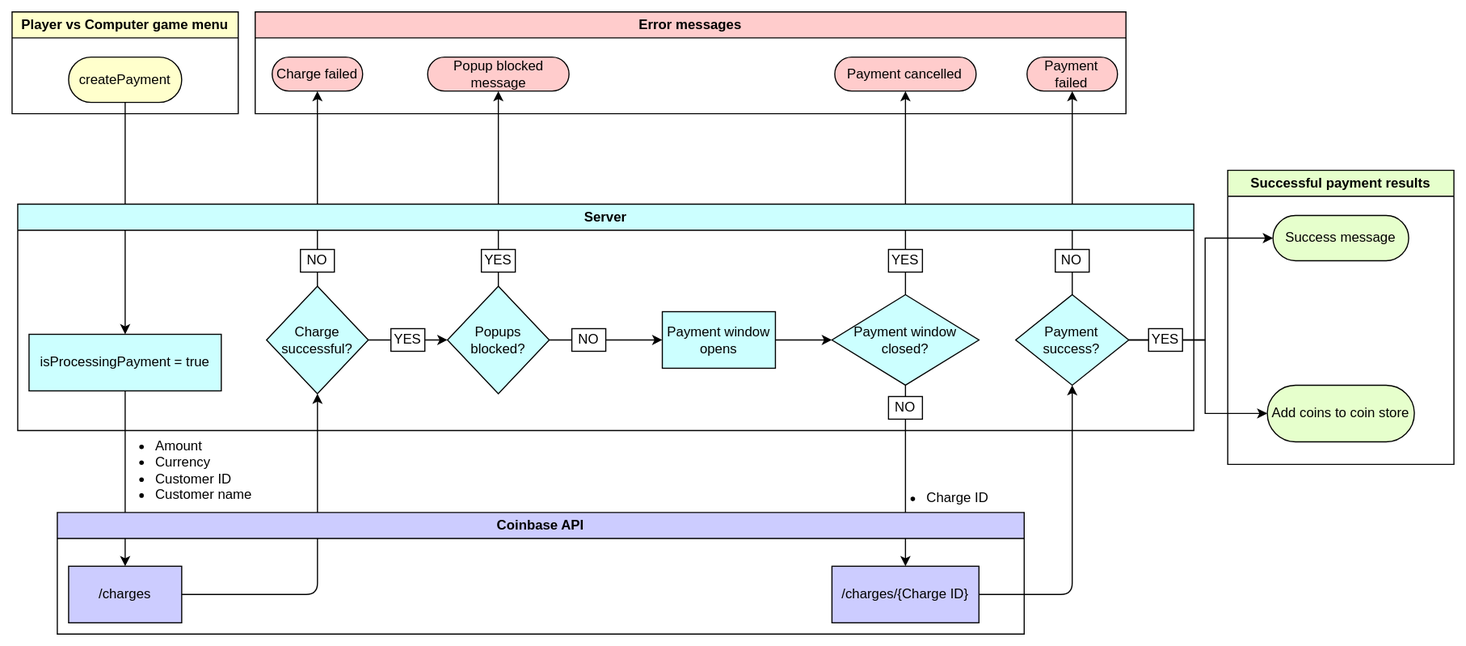
The draw.io diagram docs/images/payment-flow.drawio.svg in Rakshitg600/Notakto-website, before a commit. Source tidied: cells renumbered, new cells last; positions are measured from the earlier drawing's top-left corner, leaving out a move shared by most shapes. Its diagram source:
```xml
<mxGraphModel>
  <root>
    <mxCell id="0" />
    <mxCell id="1" parent="0" />
    <mxCell id="2" style="edgeStyle=orthogonalEdgeStyle;rounded=0;jettySize=auto;html=1;" parent="1" edge="1" source="34" target="27">
      <mxGeometry relative="1" as="geometry">
        <Array as="points">
          <mxPoint x="1055" y="290" />
          <mxPoint x="1055" y="200" />
        </Array>
      </mxGeometry>
    </mxCell>
    <mxCell id="3" style="edgeStyle=orthogonalEdgeStyle;rounded=0;jettySize=auto;html=1;" parent="1" edge="1" source="34" target="28">
      <mxGeometry relative="1" as="geometry">
        <Array as="points">
          <mxPoint x="1055" y="290" />
          <mxPoint x="1055" y="355" />
        </Array>
      </mxGeometry>
    </mxCell>
    <mxCell id="4" value="isProcessingPayment = true" style="html=1;dashed=0;whiteSpace=wrap;fillColor=#CCFFFF;" parent="1" vertex="1">
      <mxGeometry x="15" y="285" width="170" height="50" as="geometry" />
    </mxCell>
    <mxCell id="5" style="edgeStyle=orthogonalEdgeStyle;rounded=1;jettySize=auto;html=1;curved=0;" parent="1" edge="1" source="25" target="4">
      <mxGeometry relative="1" as="geometry" />
    </mxCell>
    <mxCell id="6" style="edgeStyle=orthogonalEdgeStyle;rounded=1;jettySize=auto;html=1;curved=0;" parent="1" edge="1" source="4" target="22">
      <mxGeometry relative="1" as="geometry" />
    </mxCell>
    <mxCell id="7" style="edgeStyle=orthogonalEdgeStyle;rounded=1;jettySize=auto;html=1;curved=0;" parent="1" edge="1" source="22" target="31">
      <mxGeometry relative="1" as="geometry" />
    </mxCell>
    <mxCell id="8" style="edgeStyle=orthogonalEdgeStyle;rounded=1;jettySize=auto;html=1;curved=0;" parent="1" edge="1" source="31" target="17">
      <mxGeometry relative="1" as="geometry" />
    </mxCell>
    <mxCell id="9" style="edgeStyle=orthogonalEdgeStyle;rounded=1;jettySize=auto;html=1;curved=0;" parent="1" edge="1" source="33" target="18">
      <mxGeometry relative="1" as="geometry" />
    </mxCell>
    <mxCell id="10" style="edgeStyle=orthogonalEdgeStyle;rounded=1;jettySize=auto;html=1;curved=0;" parent="1" edge="1" source="35" target="19">
      <mxGeometry relative="1" as="geometry" />
    </mxCell>
    <mxCell id="11" style="edgeStyle=orthogonalEdgeStyle;rounded=1;jettySize=auto;html=1;curved=0;" parent="1" edge="1" source="35" target="23">
      <mxGeometry relative="1" as="geometry" />
    </mxCell>
    <mxCell id="12" style="edgeStyle=orthogonalEdgeStyle;rounded=1;jettySize=auto;html=1;curved=0;" parent="1" edge="1" source="23" target="34">
      <mxGeometry relative="1" as="geometry" />
    </mxCell>
    <mxCell id="13" style="edgeStyle=orthogonalEdgeStyle;rounded=1;jettySize=auto;html=1;curved=0;" parent="1" edge="1" source="34" target="20">
      <mxGeometry relative="1" as="geometry" />
    </mxCell>
    <mxCell id="14" value="&lt;ul&gt;&lt;li&gt;Amount&lt;/li&gt;&lt;li&gt;Currency&lt;/li&gt;&lt;li&gt;Customer ID&lt;/li&gt;&lt;li&gt;&lt;div&gt;Customer name&lt;/div&gt;&lt;/li&gt;&lt;/ul&gt;" style="text;html=1;align=left;verticalAlign=middle;rounded=0;labelPosition=center;verticalLabelPosition=middle;spacing=2;" parent="1" vertex="1">
      <mxGeometry x="85" y="367.5" width="140" height="75" as="geometry" />
    </mxCell>
    <mxCell id="15" value="&lt;ul&gt;&lt;li&gt;Charge ID&lt;/li&gt;&lt;/ul&gt;" style="text;html=1;align=left;verticalAlign=middle;rounded=0;labelPosition=center;verticalLabelPosition=middle;spacing=2;" parent="1" vertex="1">
      <mxGeometry x="767.5" y="417.5" width="110" height="25" as="geometry" />
    </mxCell>
    <mxCell id="16" value="Error messages" style="swimlane;whiteSpace=wrap;html=1;fillColor=#FFCCCC;" parent="1" vertex="1">
      <mxGeometry x="215" width="770" height="90" as="geometry" />
    </mxCell>
    <mxCell id="17" value="Charge failed" style="html=1;dashed=0;whiteSpace=wrap;shape=mxgraph.dfd.start;fillColor=#FFCCCC;" parent="16" vertex="1">
      <mxGeometry x="15" y="40" width="80" height="30" as="geometry" />
    </mxCell>
    <mxCell id="18" value="Popup blocked message" style="html=1;dashed=0;whiteSpace=wrap;shape=mxgraph.dfd.start;fillColor=#FFCCCC;" parent="16" vertex="1">
      <mxGeometry x="152.5" y="40" width="125" height="30" as="geometry" />
    </mxCell>
    <mxCell id="19" value="Payment cancelled" style="html=1;dashed=0;whiteSpace=wrap;shape=mxgraph.dfd.start;fillColor=#FFCCCC;" parent="16" vertex="1">
      <mxGeometry x="512.5" y="40" width="125" height="30" as="geometry" />
    </mxCell>
    <mxCell id="20" value="Payment failed" style="html=1;dashed=0;whiteSpace=wrap;shape=mxgraph.dfd.start;fillColor=#FFCCCC;" parent="16" vertex="1">
      <mxGeometry x="682.5" y="40" width="80" height="30" as="geometry" />
    </mxCell>
    <mxCell id="21" value="Coinbase API" style="swimlane;whiteSpace=wrap;html=1;fillColor=#CCCCFF;" parent="1" vertex="1">
      <mxGeometry x="40" y="442.5" width="855" height="107.5" as="geometry" />
    </mxCell>
    <mxCell id="22" value="/charges" style="html=1;dashed=0;whiteSpace=wrap;fillColor=#CCCCFF;" parent="21" vertex="1">
      <mxGeometry x="10" y="47.5" width="100" height="50" as="geometry" />
    </mxCell>
    <mxCell id="23" value="/charges/{Charge ID}" style="html=1;dashed=0;whiteSpace=wrap;fillColor=#CCCCFF;" parent="21" vertex="1">
      <mxGeometry x="685" y="47.5" width="130" height="50" as="geometry" />
    </mxCell>
    <mxCell id="24" value="Player vs Computer game menu" style="swimlane;whiteSpace=wrap;html=1;fillColor=#FFFFCC;" parent="1" vertex="1">
      <mxGeometry width="200" height="90" as="geometry" />
    </mxCell>
    <mxCell id="25" value="createPayment" style="whiteSpace=wrap;html=1;dashed=0;shape=mxgraph.dfd.start;fillColor=#FFFFCC;" parent="24" vertex="1">
      <mxGeometry x="50" y="40" width="100" height="40" as="geometry" />
    </mxCell>
    <mxCell id="26" value="Successful payment results" style="swimlane;whiteSpace=wrap;html=1;fillColor=#E6FFCC;" parent="1" vertex="1">
      <mxGeometry x="1075" y="140" width="200" height="260" as="geometry" />
    </mxCell>
    <mxCell id="27" value="Success message" style="whiteSpace=wrap;html=1;dashed=0;shape=mxgraph.dfd.start;fillColor=#E6FFCC;" parent="26" vertex="1">
      <mxGeometry x="40" y="40" width="120" height="40" as="geometry" />
    </mxCell>
    <mxCell id="28" value="Add coins to coin store" style="html=1;dashed=0;whiteSpace=wrap;fillColor=#E6FFCC;shape=mxgraph.dfd.start;" parent="26" vertex="1">
      <mxGeometry x="35" y="190" width="130" height="50" as="geometry" />
    </mxCell>
    <mxCell id="29" value="Server" style="swimlane;whiteSpace=wrap;html=1;fillColor=#CCFFFF;" parent="1" vertex="1">
      <mxGeometry x="5" y="170" width="1040" height="200" as="geometry" />
    </mxCell>
    <mxCell id="30" style="edgeStyle=orthogonalEdgeStyle;rounded=1;jettySize=auto;html=1;curved=0;" parent="29" edge="1" source="31" target="33">
      <mxGeometry relative="1" as="geometry" />
    </mxCell>
    <mxCell id="31" value="Charge successful?" style="shape=rhombus;html=1;dashed=0;whiteSpace=wrap;perimeter=rhombusPerimeter;fillColor=#CCFFFF;" parent="29" vertex="1">
      <mxGeometry x="220" y="72.5" width="90" height="95" as="geometry" />
    </mxCell>
    <mxCell id="32" style="edgeStyle=orthogonalEdgeStyle;rounded=1;jettySize=auto;html=1;curved=0;" parent="29" edge="1" source="42" target="35">
      <mxGeometry relative="1" as="geometry" />
    </mxCell>
    <mxCell id="33" value="Popups blocked?" style="shape=rhombus;html=1;dashed=0;whiteSpace=wrap;perimeter=rhombusPerimeter;fillColor=#CCFFFF;" parent="29" vertex="1">
      <mxGeometry x="380" y="72.5" width="90" height="95" as="geometry" />
    </mxCell>
    <mxCell id="34" value="Payment success?" style="shape=rhombus;html=1;dashed=0;whiteSpace=wrap;perimeter=rhombusPerimeter;fillColor=#CCFFFF;" parent="29" vertex="1">
      <mxGeometry x="882.5" y="80" width="100" height="80" as="geometry" />
    </mxCell>
    <mxCell id="35" value="Payment window closed?" style="shape=rhombus;html=1;dashed=0;whiteSpace=wrap;perimeter=rhombusPerimeter;fillColor=#CCFFFF;" parent="29" vertex="1">
      <mxGeometry x="720" y="80" width="130" height="80" as="geometry" />
    </mxCell>
    <mxCell id="36" value="NO" style="rounded=0;whiteSpace=wrap;html=1;" parent="29" vertex="1">
      <mxGeometry x="250" y="40" width="30" height="20" as="geometry" />
    </mxCell>
    <mxCell id="37" value="YES" style="rounded=0;whiteSpace=wrap;html=1;" parent="29" vertex="1">
      <mxGeometry x="330" y="110" width="30" height="20" as="geometry" />
    </mxCell>
    <mxCell id="38" value="YES" style="rounded=0;whiteSpace=wrap;html=1;" parent="29" vertex="1">
      <mxGeometry x="410" y="40" width="30" height="20" as="geometry" />
    </mxCell>
    <mxCell id="39" value="YES" style="rounded=0;whiteSpace=wrap;html=1;" parent="29" vertex="1">
      <mxGeometry x="770" y="40" width="30" height="20" as="geometry" />
    </mxCell>
    <mxCell id="40" value="NO" style="rounded=0;whiteSpace=wrap;html=1;" parent="29" vertex="1">
      <mxGeometry x="917.5" y="40" width="30" height="20" as="geometry" />
    </mxCell>
    <mxCell id="41" style="edgeStyle=orthogonalEdgeStyle;rounded=1;jettySize=auto;html=1;curved=0;" parent="29" edge="1" source="33" target="42">
      <mxGeometry relative="1" as="geometry" />
    </mxCell>
    <mxCell id="42" value="Payment window opens" style="html=1;dashed=0;whiteSpace=wrap;fillColor=#CCFFFF;" parent="29" vertex="1">
      <mxGeometry x="570" y="95" width="100" height="50" as="geometry" />
    </mxCell>
    <mxCell id="43" value="NO" style="rounded=0;whiteSpace=wrap;html=1;" parent="29" vertex="1">
      <mxGeometry x="490" y="110" width="30" height="20" as="geometry" />
    </mxCell>
    <mxCell id="44" value="NO" style="rounded=0;whiteSpace=wrap;html=1;" parent="29" vertex="1">
      <mxGeometry x="770" y="170" width="30" height="20" as="geometry" />
    </mxCell>
    <mxCell id="45" value="YES" style="rounded=0;whiteSpace=wrap;html=1;" parent="29" vertex="1">
      <mxGeometry x="1000" y="110" width="30" height="20" as="geometry" />
    </mxCell>
  </root>
</mxGraphModel>
```
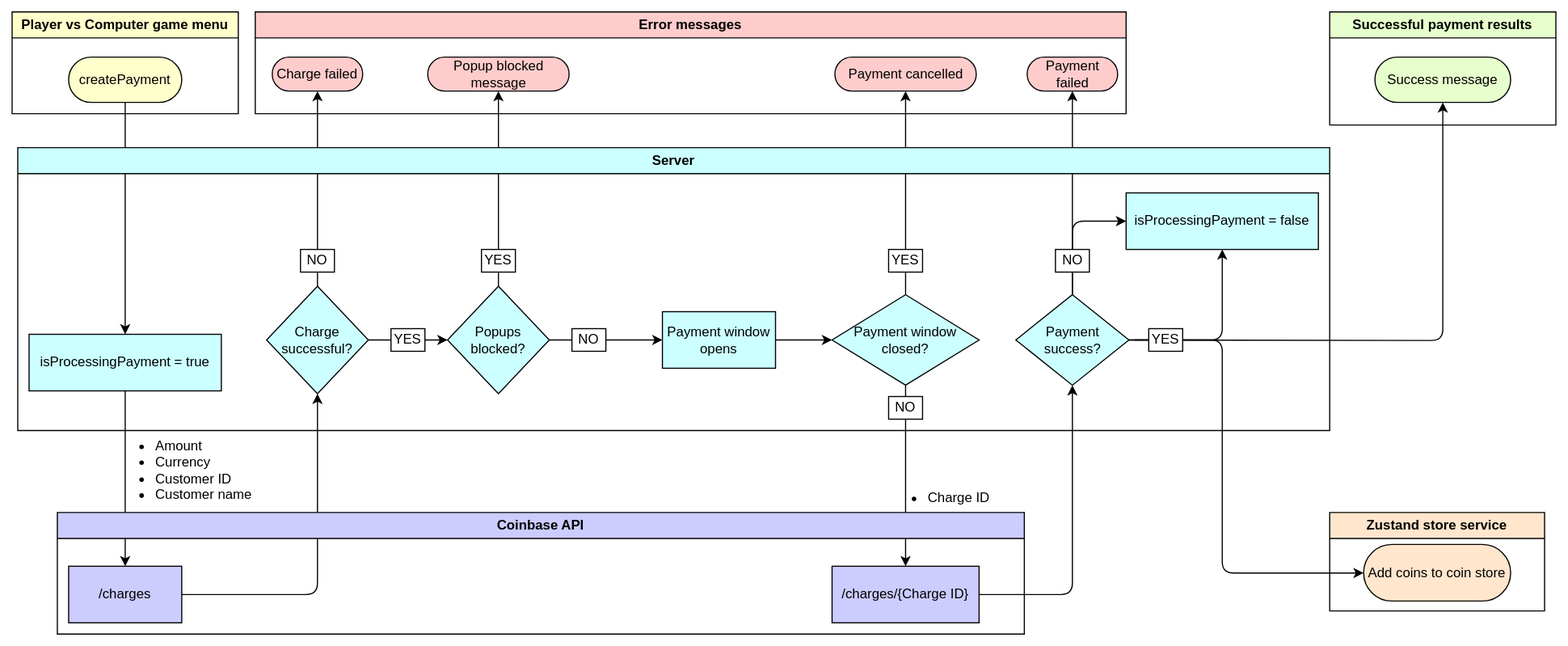
Later version of the same file.

What changed in the source:
```diff
@@ -2,19 +2,17 @@
   <root>
     <mxCell id="0" />
     <mxCell id="1" parent="0" />
-    <mxCell id="2" style="edgeStyle=orthogonalEdgeStyle;rounded=0;jettySize=auto;html=1;" parent="1" edge="1" source="34" target="27">
+    <mxCell id="2" style="edgeStyle=orthogonalEdgeStyle;rounded=1;jettySize=auto;html=1;curved=0;" parent="1" edge="1" target="27">
       <mxGeometry relative="1" as="geometry">
-        <Array as="points">
-          <mxPoint x="1055" y="290" />
-          <mxPoint x="1055" y="200" />
-        </Array>
+        <mxPoint x="982.5" y="290" as="sourcePoint" />
       </mxGeometry>
     </mxCell>
-    <mxCell id="3" style="edgeStyle=orthogonalEdgeStyle;rounded=0;jettySize=auto;html=1;" parent="1" edge="1" source="34" target="28">
+    <mxCell id="3" style="edgeStyle=orthogonalEdgeStyle;rounded=1;jettySize=auto;html=1;curved=0;" parent="1" edge="1" target="28">
       <mxGeometry relative="1" as="geometry">
+        <mxPoint x="992.5" y="290" as="sourcePoint" />
         <Array as="points">
-          <mxPoint x="1055" y="290" />
-          <mxPoint x="1055" y="355" />
+          <mxPoint x="1070" y="290" />
+          <mxPoint x="1070" y="496" />
         </Array>
       </mxGeometry>
     </mxCell>
@@ -85,64 +83,84 @@
       <mxGeometry x="50" y="40" width="100" height="40" as="geometry" />
     </mxCell>
     <mxCell id="26" value="Successful payment results" style="swimlane;whiteSpace=wrap;html=1;fillColor=#E6FFCC;" parent="1" vertex="1">
-      <mxGeometry x="1075" y="140" width="200" height="260" as="geometry" />
+      <mxGeometry x="1165" width="200" height="100" as="geometry" />
     </mxCell>
     <mxCell id="27" value="Success message" style="whiteSpace=wrap;html=1;dashed=0;shape=mxgraph.dfd.start;fillColor=#E6FFCC;" parent="26" vertex="1">
       <mxGeometry x="40" y="40" width="120" height="40" as="geometry" />
     </mxCell>
-    <mxCell id="28" value="Add coins to coin store" style="html=1;dashed=0;whiteSpace=wrap;fillColor=#E6FFCC;shape=mxgraph.dfd.start;" parent="26" vertex="1">
-      <mxGeometry x="35" y="190" width="130" height="50" as="geometry" />
-    </mxCell>
     <mxCell id="29" value="Server" style="swimlane;whiteSpace=wrap;html=1;fillColor=#CCFFFF;" parent="1" vertex="1">
-      <mxGeometry x="5" y="170" width="1040" height="200" as="geometry" />
+      <mxGeometry x="5" y="120" width="1160" height="250" as="geometry" />
     </mxCell>
     <mxCell id="30" style="edgeStyle=orthogonalEdgeStyle;rounded=1;jettySize=auto;html=1;curved=0;" parent="29" edge="1" source="31" target="33">
       <mxGeometry relative="1" as="geometry" />
     </mxCell>
     <mxCell id="31" value="Charge successful?" style="shape=rhombus;html=1;dashed=0;whiteSpace=wrap;perimeter=rhombusPerimeter;fillColor=#CCFFFF;" parent="29" vertex="1">
-      <mxGeometry x="220" y="72.5" width="90" height="95" as="geometry" />
+      <mxGeometry x="220" y="122.5" width="90" height="95" as="geometry" />
     </mxCell>
     <mxCell id="32" style="edgeStyle=orthogonalEdgeStyle;rounded=1;jettySize=auto;html=1;curved=0;" parent="29" edge="1" source="42" target="35">
       <mxGeometry relative="1" as="geometry" />
     </mxCell>
     <mxCell id="33" value="Popups blocked?" style="shape=rhombus;html=1;dashed=0;whiteSpace=wrap;perimeter=rhombusPerimeter;fillColor=#CCFFFF;" parent="29" vertex="1">
-      <mxGeometry x="380" y="72.5" width="90" height="95" as="geometry" />
+      <mxGeometry x="380" y="122.5" width="90" height="95" as="geometry" />
     </mxCell>
+    <mxCell id="46" style="edgeStyle=orthogonalEdgeStyle;rounded=1;jettySize=auto;html=1;curved=0;" parent="29" edge="1" source="34" target="48">
+      <mxGeometry relative="1" as="geometry">
+        <Array as="points">
+          <mxPoint x="1065" y="170" />
+        </Array>
+      </mxGeometry>
+    </mxCell>
+    <mxCell id="47" style="edgeStyle=orthogonalEdgeStyle;rounded=1;jettySize=auto;html=1;curved=0;" parent="29" edge="1" source="34" target="48">
+      <mxGeometry relative="1" as="geometry">
+        <Array as="points">
+          <mxPoint x="933" y="65" />
+        </Array>
+      </mxGeometry>
+    </mxCell>
     <mxCell id="34" value="Payment success?" style="shape=rhombus;html=1;dashed=0;whiteSpace=wrap;perimeter=rhombusPerimeter;fillColor=#CCFFFF;" parent="29" vertex="1">
-      <mxGeometry x="882.5" y="80" width="100" height="80" as="geometry" />
+      <mxGeometry x="882.5" y="130" width="100" height="80" as="geometry" />
     </mxCell>
     <mxCell id="35" value="Payment window closed?" style="shape=rhombus;html=1;dashed=0;whiteSpace=wrap;perimeter=rhombusPerimeter;fillColor=#CCFFFF;" parent="29" vertex="1">
-      <mxGeometry x="720" y="80" width="130" height="80" as="geometry" />
+      <mxGeometry x="720" y="130" width="130" height="80" as="geometry" />
     </mxCell>
     <mxCell id="36" value="NO" style="rounded=0;whiteSpace=wrap;html=1;" parent="29" vertex="1">
-      <mxGeometry x="250" y="40" width="30" height="20" as="geometry" />
+      <mxGeometry x="250" y="90" width="30" height="20" as="geometry" />
     </mxCell>
     <mxCell id="37" value="YES" style="rounded=0;whiteSpace=wrap;html=1;" parent="29" vertex="1">
-      <mxGeometry x="330" y="110" width="30" height="20" as="geometry" />
+      <mxGeometry x="330" y="160" width="30" height="20" as="geometry" />
     </mxCell>
     <mxCell id="38" value="YES" style="rounded=0;whiteSpace=wrap;html=1;" parent="29" vertex="1">
-      <mxGeometry x="410" y="40" width="30" height="20" as="geometry" />
+      <mxGeometry x="410" y="90" width="30" height="20" as="geometry" />
     </mxCell>
     <mxCell id="39" value="YES" style="rounded=0;whiteSpace=wrap;html=1;" parent="29" vertex="1">
-      <mxGeometry x="770" y="40" width="30" height="20" as="geometry" />
+      <mxGeometry x="770" y="90" width="30" height="20" as="geometry" />
     </mxCell>
     <mxCell id="40" value="NO" style="rounded=0;whiteSpace=wrap;html=1;" parent="29" vertex="1">
-      <mxGeometry x="917.5" y="40" width="30" height="20" as="geometry" />
+      <mxGeometry x="917.5" y="90" width="30" height="20" as="geometry" />
     </mxCell>
     <mxCell id="41" style="edgeStyle=orthogonalEdgeStyle;rounded=1;jettySize=auto;html=1;curved=0;" parent="29" edge="1" source="33" target="42">
       <mxGeometry relative="1" as="geometry" />
     </mxCell>
     <mxCell id="42" value="Payment window opens" style="html=1;dashed=0;whiteSpace=wrap;fillColor=#CCFFFF;" parent="29" vertex="1">
-      <mxGeometry x="570" y="95" width="100" height="50" as="geometry" />
+      <mxGeometry x="570" y="145" width="100" height="50" as="geometry" />
     </mxCell>
     <mxCell id="43" value="NO" style="rounded=0;whiteSpace=wrap;html=1;" parent="29" vertex="1">
-      <mxGeometry x="490" y="110" width="30" height="20" as="geometry" />
+      <mxGeometry x="490" y="160" width="30" height="20" as="geometry" />
     </mxCell>
     <mxCell id="44" value="NO" style="rounded=0;whiteSpace=wrap;html=1;" parent="29" vertex="1">
-      <mxGeometry x="770" y="170" width="30" height="20" as="geometry" />
+      <mxGeometry x="770" y="220" width="30" height="20" as="geometry" />
     </mxCell>
     <mxCell id="45" value="YES" style="rounded=0;whiteSpace=wrap;html=1;" parent="29" vertex="1">
-      <mxGeometry x="1000" y="110" width="30" height="20" as="geometry" />
+      <mxGeometry x="1000" y="160" width="30" height="20" as="geometry" />
     </mxCell>
+    <mxCell id="48" value="isProcessingPayment = false" style="html=1;dashed=0;whiteSpace=wrap;fillColor=#CCFFFF;" parent="29" vertex="1">
+      <mxGeometry x="980" y="40" width="170" height="50" as="geometry" />
+    </mxCell>
+    <mxCell id="49" value="Zustand store service" style="swimlane;whiteSpace=wrap;html=1;fillColor=#FFE6CC;" parent="1" vertex="1">
+      <mxGeometry x="1165" y="442.5" width="190" height="87" as="geometry" />
+    </mxCell>
+    <mxCell id="28" value="Add coins to coin store" style="html=1;dashed=0;whiteSpace=wrap;fillColor=#FFE6CC;shape=mxgraph.dfd.start;" parent="49" vertex="1">
+      <mxGeometry x="30" y="28.2" width="130" height="50" as="geometry" />
+    </mxCell>
   </root>
 </mxGraphModel>
```
